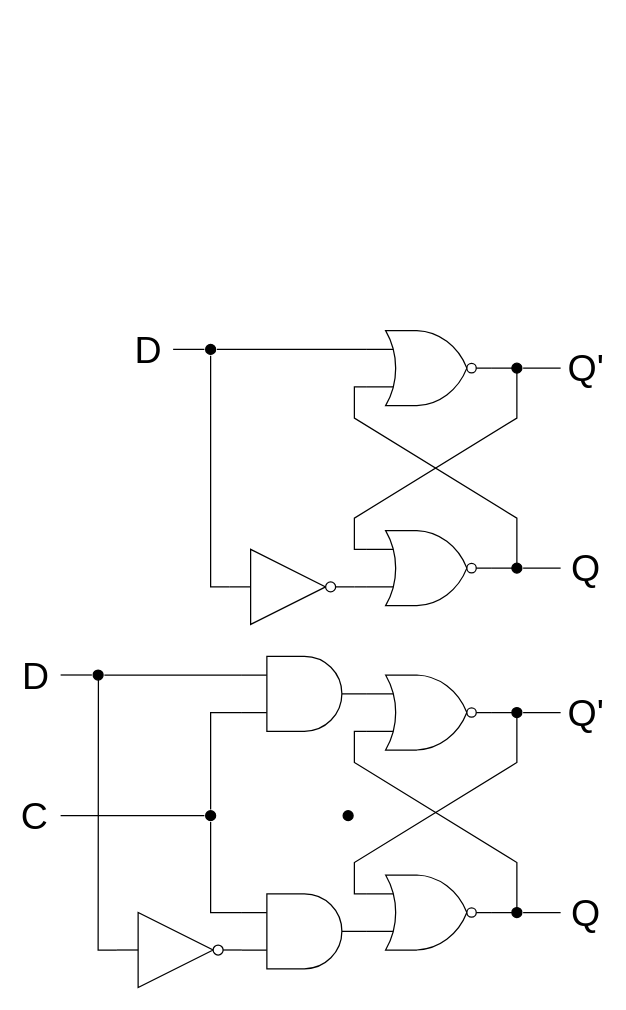
The draw.io diagram docu/FlipFlops.drawio in YumYumfisch/LFSR-PeriodLength, before the edit. Source tidied: cells renumbered, new cells numbered last; positions are measured from the earlier drawing's top-left corner, leaving out a move shared by most shapes. Both pictures are drawn from the tidied source at 125%, with x=0, y=0 at pixel (60, 330).
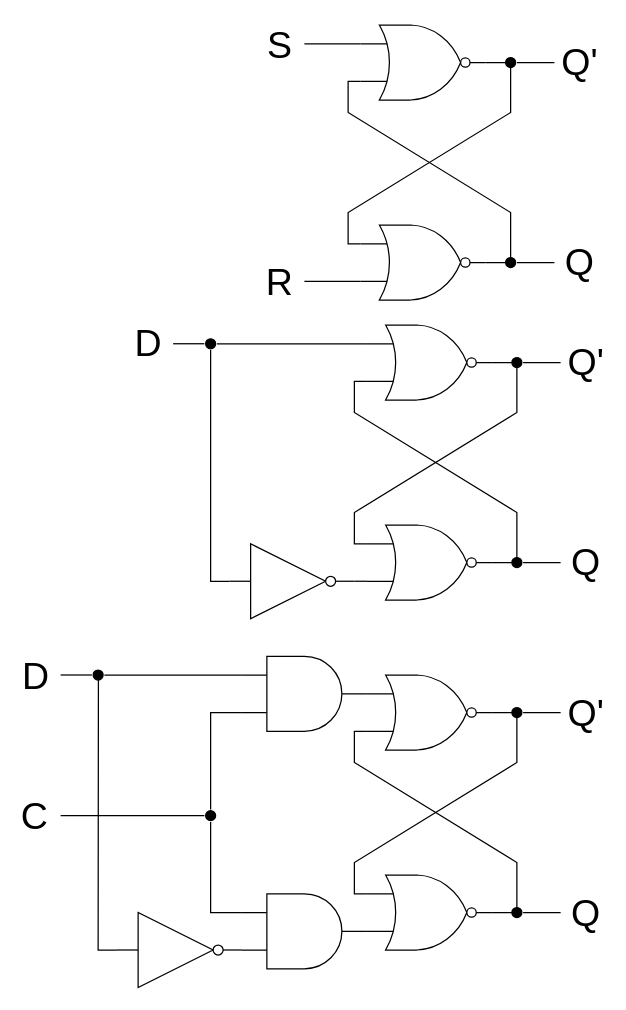
The same page after the edit.

The edit, as a diff of the source:
```diff
@@
     <mxCell id="2" style="rounded=0;jettySize=auto;html=1;entryX=0;entryY=0.25;entryDx=0;entryDy=0;entryPerimeter=0;endArrow=none;endFill=0;" parent="1" edge="1" source="3" target="5">
       <mxGeometry relative="1" as="geometry">
         <Array as="points">
-          <mxPoint x="365" y="30" />
-          <mxPoint x="365" y="70" />
-          <mxPoint x="235" y="150" />
-          <mxPoint x="235" y="175" />
+          <mxPoint x="365" y="25.5" />
+          <mxPoint x="365" y="65.5" />
+          <mxPoint x="235" y="145.5" />
+          <mxPoint x="235" y="170.5" />
         </Array>
       </mxGeometry>
     </mxCell>
     <mxCell id="3" style="verticalLabelPosition=bottom;shadow=0;dashed=0;align=center;html=1;verticalAlign=top;shape=mxgraph.electrical.logic_gates.logic_gate;operation=or;negating=1;negSize=0.15;fontStyle=1;" parent="1" vertex="1">
-      <mxGeometry x="245" width="100" height="60" as="geometry" />
+      <mxGeometry x="245" y="-4.5" width="100" height="60" as="geometry" />
     </mxCell>
     <mxCell id="4" style="rounded=0;jettySize=auto;html=1;entryX=0;entryY=0.75;entryDx=0;entryDy=0;entryPerimeter=0;exitX=1;exitY=0.5;exitDx=0;exitDy=0;exitPerimeter=0;endArrow=none;endFill=0;" parent="1" edge="1" source="5" target="3">
       <mxGeometry relative="1" as="geometry">
         <Array as="points">
-          <mxPoint x="365" y="190" />
-          <mxPoint x="365" y="150" />
-          <mxPoint x="235" y="70" />
-          <mxPoint x="235" y="45" />
+          <mxPoint x="365" y="185.5" />
+          <mxPoint x="365" y="145.5" />
+          <mxPoint x="235" y="65.5" />
+          <mxPoint x="235" y="40.5" />
         </Array>
       </mxGeometry>
     </mxCell>
     <mxCell id="5" style="verticalLabelPosition=bottom;shadow=0;dashed=0;align=center;html=1;verticalAlign=top;shape=mxgraph.electrical.logic_gates.logic_gate;operation=or;negating=1;negSize=0.15;" parent="1" vertex="1">
-      <mxGeometry x="245" y="160" width="100" height="60" as="geometry" />
+      <mxGeometry x="245" y="155.5" width="100" height="60" as="geometry" />
     </mxCell>
     <mxCell id="6" value="Q'" style="edgeStyle=orthogonalEdgeStyle;rounded=0;jettySize=auto;html=1;endArrow=none;endFill=0;fontSize=30;" parent="1" edge="1" source="7">
       <mxGeometry x="1" y="-20" relative="1" as="geometry">
-        <mxPoint x="400" y="30" as="targetPoint" />
+        <mxPoint x="400" y="25.5" as="targetPoint" />
         <mxPoint x="19" y="-20" as="offset" />
       </mxGeometry>
     </mxCell>
     <mxCell id="7" style="verticalLabelPosition=bottom;shadow=0;dashed=0;align=center;html=1;verticalAlign=top;shape=mxgraph.electrical.logic_gates.inverting_contact;fillColor=#000000;" parent="1" vertex="1">
-      <mxGeometry x="360" y="25" width="10" height="10" as="geometry" />
+      <mxGeometry x="360" y="20.5" width="10" height="10" as="geometry" />
     </mxCell>
     <mxCell id="8" value="Q" style="edgeStyle=orthogonalEdgeStyle;rounded=0;jettySize=auto;html=1;endArrow=none;endFill=0;fontSize=30;" parent="1" edge="1" source="9">
       <mxGeometry x="1" y="-20" relative="1" as="geometry">
-        <mxPoint x="400" y="190" as="targetPoint" />
+        <mxPoint x="400" y="185.5" as="targetPoint" />
         <mxPoint x="19" y="-20" as="offset" />
       </mxGeometry>
     </mxCell>
     <mxCell id="9" style="verticalLabelPosition=bottom;shadow=0;dashed=0;align=center;html=1;verticalAlign=top;shape=mxgraph.electrical.logic_gates.inverting_contact;fillColor=#000000;" parent="1" vertex="1">
-      <mxGeometry x="360" y="185" width="10" height="10" as="geometry" />
+      <mxGeometry x="360" y="180.5" width="10" height="10" as="geometry" />
     </mxCell>
     <mxCell id="10" style="verticalLabelPosition=bottom;shadow=0;dashed=0;align=center;html=1;verticalAlign=top;shape=mxgraph.electrical.logic_gates.inverter_2;" parent="1" vertex="1">
-      <mxGeometry x="135" y="175" width="100" height="60" as="geometry" />
+      <mxGeometry x="135" y="170.5" width="100" height="60" as="geometry" />
     </mxCell>
@@
     <mxCell id="12" style="rounded=0;jettySize=auto;html=1;entryX=0;entryY=0.5;entryDx=0;entryDy=0;entryPerimeter=0;endArrow=none;endFill=0;" parent="1" edge="1" source="14" target="10">
       <mxGeometry relative="1" as="geometry">
         <Array as="points">
-          <mxPoint x="120" y="205" />
+          <mxPoint x="120" y="200.5" />
         </Array>
       </mxGeometry>
     </mxCell>
     <mxCell id="13" value="D" style="edgeStyle=orthogonalEdgeStyle;rounded=0;jettySize=auto;html=1;endArrow=none;endFill=0;fontSize=30;" parent="1" edge="1" source="14">
       <mxGeometry x="1" y="20" relative="1" as="geometry">
-        <mxPoint x="90" y="15" as="targetPoint" />
+        <mxPoint x="90" y="10.5" as="targetPoint" />
         <mxPoint x="-18" y="-20" as="offset" />
       </mxGeometry>
     </mxCell>
     <mxCell id="14" style="verticalLabelPosition=bottom;shadow=0;dashed=0;align=center;html=1;verticalAlign=top;shape=mxgraph.electrical.logic_gates.inverting_contact;fillColor=#000000;" parent="1" vertex="1">
-      <mxGeometry x="115" y="10" width="10" height="10" as="geometry" />
+      <mxGeometry x="115" y="5.5" width="10" height="10" as="geometry" />
     </mxCell>
@@
-    <mxCell id="31" style="verticalLabelPosition=bottom;shadow=0;dashed=0;align=center;html=1;verticalAlign=top;shape=mxgraph.electrical.logic_gates.inverting_contact;fillColor=#000000;" parent="1" vertex="1">
-      <mxGeometry x="225" y="383" width="10" height="10" as="geometry" />
-    </mxCell>
@@
+    <mxCell id="36" style="rounded=0;jettySize=auto;html=1;entryX=0;entryY=0.25;entryDx=0;entryDy=0;entryPerimeter=0;endArrow=none;endFill=0;" parent="1" edge="1" source="38" target="41">
+      <mxGeometry relative="1" as="geometry">
+        <Array as="points">
+          <mxPoint x="360" y="-214.5" />
+          <mxPoint x="360" y="-174.5" />
+          <mxPoint x="230" y="-94.5" />
+          <mxPoint x="230" y="-69.5" />
+        </Array>
+      </mxGeometry>
+    </mxCell>
+    <mxCell id="37" value="S" style="edgeStyle=none;html=1;exitX=0;exitY=0.25;exitDx=0;exitDy=0;exitPerimeter=0;endArrow=none;endFill=0;fontSize=30;" parent="1" edge="1" source="38">
+      <mxGeometry x="1" y="20" relative="1" as="geometry">
+        <mxPoint x="195" y="-229.5" as="targetPoint" />
+        <mxPoint x="-20" y="-20" as="offset" />
+      </mxGeometry>
+    </mxCell>
+    <mxCell id="38" style="verticalLabelPosition=bottom;shadow=0;dashed=0;align=center;html=1;verticalAlign=top;shape=mxgraph.electrical.logic_gates.logic_gate;operation=or;negating=1;negSize=0.15;fontStyle=1;" parent="1" vertex="1">
+      <mxGeometry x="240" y="-244.5" width="100" height="60" as="geometry" />
+    </mxCell>
+    <mxCell id="39" style="rounded=0;jettySize=auto;html=1;entryX=0;entryY=0.75;entryDx=0;entryDy=0;entryPerimeter=0;exitX=1;exitY=0.5;exitDx=0;exitDy=0;exitPerimeter=0;endArrow=none;endFill=0;" parent="1" edge="1" source="41" target="38">
+      <mxGeometry relative="1" as="geometry">
+        <Array as="points">
+          <mxPoint x="360" y="-54.5" />
+          <mxPoint x="360" y="-94.5" />
+          <mxPoint x="230" y="-174.5" />
+          <mxPoint x="230" y="-199.5" />
+        </Array>
+      </mxGeometry>
+    </mxCell>
+    <mxCell id="40" value="R" style="edgeStyle=none;html=1;exitX=0;exitY=0.75;exitDx=0;exitDy=0;exitPerimeter=0;endArrow=none;endFill=0;fontSize=30;" parent="1" edge="1" source="41">
+      <mxGeometry x="1" y="20" relative="1" as="geometry">
+        <mxPoint x="195" y="-39.5" as="targetPoint" />
+        <mxPoint x="-20" y="-20" as="offset" />
+      </mxGeometry>
+    </mxCell>
+    <mxCell id="41" style="verticalLabelPosition=bottom;shadow=0;dashed=0;align=center;html=1;verticalAlign=top;shape=mxgraph.electrical.logic_gates.logic_gate;operation=or;negating=1;negSize=0.15;" parent="1" vertex="1">
+      <mxGeometry x="240" y="-84.5" width="100" height="60" as="geometry" />
+    </mxCell>
+    <mxCell id="42" value="Q'" style="edgeStyle=orthogonalEdgeStyle;rounded=0;jettySize=auto;html=1;endArrow=none;endFill=0;fontSize=30;" parent="1" edge="1" source="43">
+      <mxGeometry x="1" y="-20" relative="1" as="geometry">
+        <mxPoint x="395" y="-214.5" as="targetPoint" />
+        <mxPoint x="19" y="-20" as="offset" />
+      </mxGeometry>
+    </mxCell>
+    <mxCell id="43" style="verticalLabelPosition=bottom;shadow=0;dashed=0;align=center;html=1;verticalAlign=top;shape=mxgraph.electrical.logic_gates.inverting_contact;fillColor=#000000;" parent="1" vertex="1">
+      <mxGeometry x="355" y="-219.5" width="10" height="10" as="geometry" />
+    </mxCell>
+    <mxCell id="44" value="Q" style="edgeStyle=orthogonalEdgeStyle;rounded=0;jettySize=auto;html=1;endArrow=none;endFill=0;fontSize=30;" parent="1" edge="1" source="45">
+      <mxGeometry x="1" y="-20" relative="1" as="geometry">
+        <mxPoint x="395" y="-54.5" as="targetPoint" />
+        <mxPoint x="19" y="-20" as="offset" />
+      </mxGeometry>
+    </mxCell>
+    <mxCell id="45" style="verticalLabelPosition=bottom;shadow=0;dashed=0;align=center;html=1;verticalAlign=top;shape=mxgraph.electrical.logic_gates.inverting_contact;fillColor=#000000;" parent="1" vertex="1">
+      <mxGeometry x="355" y="-59.5" width="10" height="10" as="geometry" />
+    </mxCell>
```
